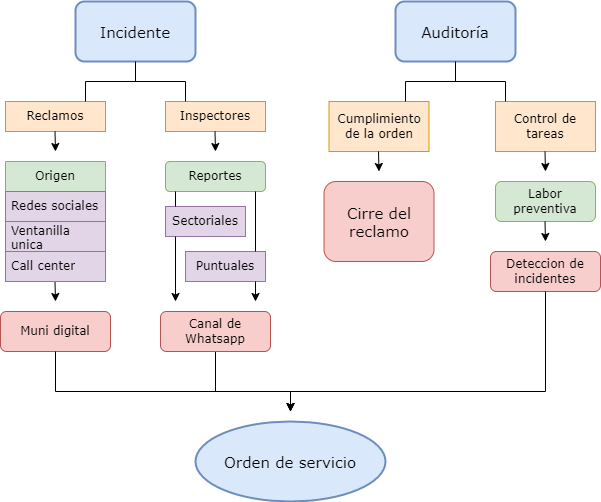
Before: imagenes/Diagrama sin título.drawio.png, a diagram exported from draw.io (vuojan/Web-para-municipio). Source tidied: cells renumbered, new cells last; positions are measured from the earlier drawing's top-left corner, leaving out a move shared by most shapes.
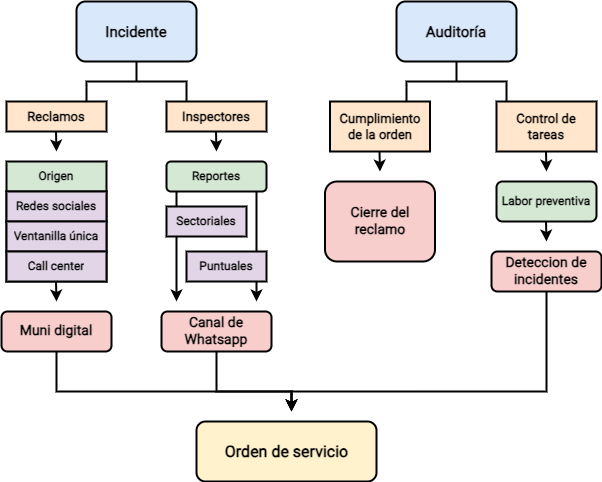
After the commit.

What changed in the source:
```diff
@@ -2,45 +2,45 @@
   <root>
     <mxCell id="0" />
     <mxCell id="1" parent="0" />
-    <mxCell id="2" value="Incidente" style="rounded=1;whiteSpace=wrap;html=1;fillColor=#dae8fc;strokeColor=#6c8ebf;strokeWidth=2;gradientColor=none;perimeterSpacing=0;glass=0;fontStyle=0;fontFamily=Verdana;fontSize=15;align=center;" parent="1" vertex="1">
+    <mxCell id="2" value="Incidente" style="rounded=1;html=1;fillColor=#dae8fc;strokeColor=#000000;strokeWidth=2;gradientColor=none;perimeterSpacing=0;glass=0;fontStyle=1;fontFamily=Roboto;fontSize=15;align=center;shadow=0;fontColor=default;labelBackgroundColor=none;labelBorderColor=none;textShadow=0;whiteSpace=wrap;fontSource=https%3A%2F%2Ffonts.googleapis.com%2Fcss2%3Ffamily%3DRoboto%3Awght%40400;swimlaneLine=1;" parent="1" vertex="1">
       <mxGeometry x="75" width="120" height="60" as="geometry" />
     </mxCell>
-    <mxCell id="3" value="&lt;font style=&quot;font-size: 15px;&quot;&gt;Auditoría&lt;/font&gt;" style="rounded=1;whiteSpace=wrap;html=1;fillColor=#dae8fc;strokeColor=#6c8ebf;strokeWidth=2;shadow=0;fontStyle=0;fontFamily=Verdana;fontSize=15;align=center;" parent="1" vertex="1">
+    <mxCell id="3" value="&lt;font style=&quot;font-size: 15px;&quot;&gt;Auditoría&lt;/font&gt;" style="rounded=1;html=1;fillColor=#dae8fc;strokeColor=#000000;strokeWidth=2;shadow=0;fontStyle=1;fontFamily=Roboto;700&amp;display=swap;fontSize=15;align=center;fontColor=default;labelBackgroundColor=none;labelBorderColor=none;textShadow=0;whiteSpace=wrap;fontSource=https%3A%2F%2Ffonts.googleapis.com%2Fcss2%3Ffamily%3DRoboto%3Awght%40400;swimlaneLine=1;" parent="1" vertex="1">
       <mxGeometry x="395" width="120" height="60" as="geometry" />
     </mxCell>
-    <mxCell id="4" value="Reclamos" style="rounded=0;whiteSpace=wrap;html=1;fillColor=#ffe6cc;strokeColor=#d79b00;fontStyle=0;fontFamily=Verdana;" parent="1" vertex="1">
+    <mxCell id="4" value="Reclamos" style="rounded=0;html=1;fillColor=#ffe6cc;strokeColor=#000000;fontStyle=1;fontFamily=Roboto;strokeWidth=2;shadow=0;fontColor=default;fontSize=13;align=center;labelBackgroundColor=none;labelBorderColor=none;textShadow=0;whiteSpace=wrap;fontSource=https%3A%2F%2Ffonts.googleapis.com%2Fcss2%3Ffamily%3DRoboto%3Awght%40400;swimlaneLine=1;" parent="1" vertex="1">
       <mxGeometry x="5" y="100" width="100" height="30" as="geometry" />
     </mxCell>
-    <mxCell id="5" value="Inspectores" style="rounded=0;whiteSpace=wrap;html=1;fillColor=#ffe6cc;strokeColor=#d79b00;fontStyle=0;fontFamily=Verdana;" parent="1" vertex="1">
+    <mxCell id="5" value="Inspectores" style="rounded=0;html=1;fillColor=#ffe6cc;strokeColor=#000000;fontStyle=1;fontFamily=Roboto;strokeWidth=2;shadow=0;fontColor=default;fontSize=13;align=center;labelBackgroundColor=none;labelBorderColor=none;textShadow=0;whiteSpace=wrap;fontSource=https%3A%2F%2Ffonts.googleapis.com%2Fcss2%3Ffamily%3DRoboto%3Awght%40400;swimlaneLine=1;" parent="1" vertex="1">
       <mxGeometry x="165" y="100" width="100" height="30" as="geometry" />
     </mxCell>
-    <mxCell id="6" value="Reportes" style="rounded=1;whiteSpace=wrap;html=1;fillColor=#d5e8d4;strokeColor=#82b366;fontStyle=0;fontFamily=Verdana;" parent="1" vertex="1">
+    <mxCell id="6" value="Reportes" style="rounded=1;html=1;fillColor=#d5e8d4;strokeColor=#000000;fontStyle=1;fontFamily=Roboto;strokeWidth=2;shadow=0;fontColor=default;fontSize=12;align=center;labelBackgroundColor=none;labelBorderColor=none;textShadow=0;whiteSpace=wrap;fontSource=https%3A%2F%2Ffonts.googleapis.com%2Fcss2%3Ffamily%3DRoboto%3Awght%40400;swimlaneLine=1;" parent="1" vertex="1">
       <mxGeometry x="165" y="160" width="100" height="30" as="geometry" />
     </mxCell>
-    <mxCell id="7" style="strokeWidth=1;html=1;shape=mxgraph.flowchart.annotation_2;align=left;labelPosition=right;direction=south;fontSize=12;labelBackgroundColor=none;fontColor=default;fontFamily=Verdana;" parent="1" vertex="1">
+    <mxCell id="7" style="strokeWidth=2;html=1;shape=mxgraph.flowchart.annotation_2;align=center;labelPosition=right;direction=south;fontSize=13;labelBackgroundColor=none;fontColor=default;fontFamily=Roboto;strokeColor=#000000;shadow=0;fontStyle=1;labelBorderColor=none;textShadow=0;whiteSpace=wrap;fontSource=https%3A%2F%2Ffonts.googleapis.com%2Fcss2%3Ffamily%3DRoboto%3Awght%40400;swimlaneLine=1;" parent="1" vertex="1">
       <mxGeometry x="85" y="60" width="100" height="40" as="geometry" />
     </mxCell>
-    <mxCell id="8" value="Sectoriales" style="rounded=0;whiteSpace=wrap;html=1;fillColor=#e1d5e7;strokeColor=#9673a6;fontFamily=Verdana;" parent="1" vertex="1">
+    <mxCell id="8" value="Sectoriales" style="rounded=0;html=1;fillColor=#e1d5e7;strokeColor=#000000;fontFamily=Roboto;strokeWidth=2;shadow=0;fontColor=default;fontStyle=1;fontSize=12;align=center;labelBackgroundColor=none;labelBorderColor=none;textShadow=0;whiteSpace=wrap;fontSource=https%3A%2F%2Ffonts.googleapis.com%2Fcss2%3Ffamily%3DRoboto%3Awght%40400;swimlaneLine=1;" parent="1" vertex="1">
       <mxGeometry x="165" y="205" width="80" height="30" as="geometry" />
     </mxCell>
-    <mxCell id="9" value="Puntuales" style="rounded=0;whiteSpace=wrap;html=1;fillColor=#e1d5e7;strokeColor=#9673a6;fontFamily=Verdana;" parent="1" vertex="1">
+    <mxCell id="9" value="Puntuales" style="rounded=0;html=1;fillColor=#e1d5e7;strokeColor=#000000;fontFamily=Roboto;strokeWidth=2;shadow=0;fontColor=default;fontStyle=1;fontSize=12;align=center;labelBackgroundColor=none;labelBorderColor=none;textShadow=0;whiteSpace=wrap;fontSource=https%3A%2F%2Ffonts.googleapis.com%2Fcss2%3Ffamily%3DRoboto%3Awght%40400;swimlaneLine=1;" parent="1" vertex="1">
       <mxGeometry x="185" y="250" width="80" height="30" as="geometry" />
     </mxCell>
-    <mxCell id="10" style="endArrow=none;html=1;rounded=0;exitX=0.875;exitY=0;exitDx=0;exitDy=0;exitPerimeter=0;fontFamily=Verdana;" parent="1" edge="1" source="9">
+    <mxCell id="10" style="endArrow=none;html=1;rounded=0;exitX=0.875;exitY=0;exitDx=0;exitDy=0;exitPerimeter=0;fontFamily=Roboto;strokeColor=#000000;strokeWidth=2;shadow=0;fontColor=default;fontStyle=1;fontSize=11;align=center;labelBackgroundColor=none;labelBorderColor=none;textShadow=0;fontSource=https%3A%2F%2Ffonts.googleapis.com%2Fcss2%3Ffamily%3DRoboto%3Awght%40400;swimlaneLine=1;" parent="1" edge="1" source="9">
       <mxGeometry relative="1" as="geometry">
         <mxPoint x="255" y="190" as="targetPoint" />
       </mxGeometry>
     </mxCell>
-    <mxCell id="11" style="endArrow=none;html=1;rounded=0;fontFamily=Verdana;" parent="1" edge="1">
+    <mxCell id="11" style="endArrow=none;html=1;rounded=0;fontFamily=Roboto;strokeColor=#000000;strokeWidth=2;shadow=0;fontColor=default;fontStyle=1;fontSize=11;align=center;labelBackgroundColor=none;labelBorderColor=none;textShadow=0;fontSource=https%3A%2F%2Ffonts.googleapis.com%2Fcss2%3Ffamily%3DRoboto%3Awght%40400;swimlaneLine=1;" parent="1" edge="1">
       <mxGeometry relative="1" as="geometry">
         <mxPoint x="175" y="205" as="sourcePoint" />
         <mxPoint x="175" y="190" as="targetPoint" />
       </mxGeometry>
     </mxCell>
-    <mxCell id="12" value="Muni digital" style="rounded=1;whiteSpace=wrap;html=1;fillColor=#f8cecc;strokeColor=#b85450;fontFamily=Verdana;" parent="1" vertex="1">
+    <mxCell id="12" value="Muni digital" style="rounded=1;html=1;fillColor=#f8cecc;strokeColor=#000000;fontFamily=Roboto;strokeWidth=2;shadow=0;fontColor=default;fontStyle=1;fontSize=14;align=center;labelBackgroundColor=none;labelBorderColor=none;textShadow=0;whiteSpace=wrap;fontSource=https%3A%2F%2Ffonts.googleapis.com%2Fcss2%3Ffamily%3DRoboto%3Awght%40400;swimlaneLine=1;" parent="1" vertex="1">
       <mxGeometry y="310" width="110" height="40" as="geometry" />
     </mxCell>
-    <mxCell id="13" style="edgeStyle=orthogonalEdgeStyle;rounded=0;jettySize=auto;html=1;fontFamily=Verdana;" parent="1" edge="1" source="14">
+    <mxCell id="13" style="edgeStyle=orthogonalEdgeStyle;rounded=0;jettySize=auto;html=1;fontFamily=Roboto;strokeColor=#000000;strokeWidth=2;shadow=0;fontColor=default;fontStyle=1;fontSize=13;align=center;labelBackgroundColor=none;labelBorderColor=none;textShadow=0;fontSource=https%3A%2F%2Ffonts.googleapis.com%2Fcss2%3Ffamily%3DRoboto%3Awght%40400;swimlaneLine=1;" parent="1" edge="1" source="14">
       <mxGeometry relative="1" as="geometry">
         <mxPoint x="290" y="410" as="targetPoint" />
         <Array as="points">
@@ -49,34 +49,34 @@
         </Array>
       </mxGeometry>
     </mxCell>
-    <mxCell id="14" value="Canal de Whatsapp" style="rounded=1;whiteSpace=wrap;html=1;fillColor=#f8cecc;strokeColor=#b85450;fontFamily=Verdana;" parent="1" vertex="1">
+    <mxCell id="14" value="Canal de Whatsapp" style="rounded=1;html=1;fillColor=#f8cecc;strokeColor=#000000;fontFamily=Roboto;strokeWidth=2;shadow=0;fontColor=default;fontStyle=1;fontSize=14;align=center;labelBackgroundColor=none;labelBorderColor=none;textShadow=0;whiteSpace=wrap;fontSource=https%3A%2F%2Ffonts.googleapis.com%2Fcss2%3Ffamily%3DRoboto%3Awght%40400;swimlaneLine=1;" parent="1" vertex="1">
       <mxGeometry x="160" y="310" width="110" height="40" as="geometry" />
     </mxCell>
-    <mxCell id="15" style="endArrow=classic;html=1;rounded=0;fontFamily=Verdana;" parent="1" edge="1">
+    <mxCell id="15" style="endArrow=classic;html=1;rounded=0;fontFamily=Roboto;strokeColor=#000000;strokeWidth=2;shadow=0;fontColor=default;fontStyle=1;fontSize=11;align=center;labelBackgroundColor=none;labelBorderColor=none;textShadow=0;fontSource=https%3A%2F%2Ffonts.googleapis.com%2Fcss2%3Ffamily%3DRoboto%3Awght%40400;swimlaneLine=1;" parent="1" edge="1">
       <mxGeometry relative="1" as="geometry">
         <mxPoint x="175" y="235" as="sourcePoint" />
         <mxPoint x="175" y="300" as="targetPoint" />
       </mxGeometry>
     </mxCell>
-    <mxCell id="16" style="endArrow=classic;html=1;rounded=0;fontFamily=Verdana;" parent="1" edge="1">
+    <mxCell id="16" style="endArrow=classic;html=1;rounded=0;fontFamily=Roboto;strokeColor=#000000;strokeWidth=2;shadow=0;fontColor=default;fontStyle=1;fontSize=11;align=center;labelBackgroundColor=none;labelBorderColor=none;textShadow=0;fontSource=https%3A%2F%2Ffonts.googleapis.com%2Fcss2%3Ffamily%3DRoboto%3Awght%40400;swimlaneLine=1;" parent="1" edge="1">
       <mxGeometry relative="1" as="geometry">
         <mxPoint x="255" y="280" as="sourcePoint" />
         <mxPoint x="255" y="300" as="targetPoint" />
       </mxGeometry>
     </mxCell>
-    <mxCell id="17" style="endArrow=classic;html=1;rounded=0;fontFamily=Verdana;" parent="1" edge="1">
+    <mxCell id="17" style="endArrow=classic;html=1;rounded=0;fontFamily=Roboto;strokeColor=#000000;strokeWidth=2;shadow=0;fontColor=default;fontStyle=1;fontSize=11;align=center;labelBackgroundColor=none;labelBorderColor=none;textShadow=0;fontSource=https%3A%2F%2Ffonts.googleapis.com%2Fcss2%3Ffamily%3DRoboto%3Awght%40400;swimlaneLine=1;" parent="1" edge="1">
       <mxGeometry relative="1" as="geometry">
         <mxPoint x="54.5" y="280" as="sourcePoint" />
         <mxPoint x="55" y="300" as="targetPoint" />
       </mxGeometry>
     </mxCell>
-    <mxCell id="18" style="endArrow=classic;html=1;rounded=0;fontFamily=Verdana;" parent="1" edge="1">
+    <mxCell id="18" style="endArrow=classic;html=1;rounded=0;fontFamily=Roboto;strokeColor=#000000;strokeWidth=2;shadow=0;fontColor=default;fontStyle=1;fontSize=13;align=center;labelBackgroundColor=none;labelBorderColor=none;textShadow=0;fontSource=https%3A%2F%2Ffonts.googleapis.com%2Fcss2%3Ffamily%3DRoboto%3Awght%40400;swimlaneLine=1;" parent="1" edge="1">
       <mxGeometry relative="1" as="geometry">
         <mxPoint x="54.5" y="130" as="sourcePoint" />
         <mxPoint x="55" y="150" as="targetPoint" />
       </mxGeometry>
     </mxCell>
-    <mxCell id="19" style="endArrow=classic;html=1;rounded=0;fontFamily=Verdana;" parent="1" edge="1">
+    <mxCell id="19" style="endArrow=classic;html=1;rounded=0;fontFamily=Roboto;strokeColor=#000000;strokeWidth=2;shadow=0;fontColor=default;fontStyle=1;fontSize=13;align=center;labelBackgroundColor=none;labelBorderColor=none;textShadow=0;fontSource=https%3A%2F%2Ffonts.googleapis.com%2Fcss2%3Ffamily%3DRoboto%3Awght%40400;swimlaneLine=1;" parent="1" edge="1">
       <mxGeometry relative="1" as="geometry">
         <mxPoint x="214.5" y="130" as="sourcePoint" />
         <mxPoint x="215" y="150" as="targetPoint" />
@@ -85,31 +85,31 @@
         </Array>
       </mxGeometry>
     </mxCell>
-    <mxCell id="20" value="Cumplimiento de la orden" style="rounded=0;whiteSpace=wrap;html=1;fillColor=#ffe6cc;strokeColor=#d79b00;fontStyle=0;fontFamily=Verdana;" parent="1" vertex="1">
+    <mxCell id="20" value="Cumplimiento de la orden" style="rounded=0;html=1;fillColor=#ffe6cc;strokeColor=#000000;fontStyle=1;fontFamily=Roboto;strokeWidth=2;shadow=0;fontColor=default;fontSize=13;align=center;labelBackgroundColor=none;labelBorderColor=none;textShadow=0;whiteSpace=wrap;fontSource=https%3A%2F%2Ffonts.googleapis.com%2Fcss2%3Ffamily%3DRoboto%3Awght%40400;swimlaneLine=1;" parent="1" vertex="1">
       <mxGeometry x="328.5" y="100" width="100" height="50" as="geometry" />
     </mxCell>
-    <mxCell id="21" value="Control de tareas" style="rounded=0;whiteSpace=wrap;html=1;fillColor=#ffe6cc;strokeColor=#d79b00;fontStyle=0;fontFamily=Verdana;" parent="1" vertex="1">
+    <mxCell id="21" value="Control de tareas" style="rounded=0;html=1;fillColor=#ffe6cc;strokeColor=#000000;fontStyle=1;fontFamily=Roboto;strokeWidth=2;shadow=0;fontColor=default;fontSize=13;align=center;labelBackgroundColor=none;labelBorderColor=none;textShadow=0;whiteSpace=wrap;fontSource=https%3A%2F%2Ffonts.googleapis.com%2Fcss2%3Ffamily%3DRoboto%3Awght%40400;swimlaneLine=1;" parent="1" vertex="1">
       <mxGeometry x="495" y="100" width="100" height="50" as="geometry" />
     </mxCell>
-    <mxCell id="22" style="strokeWidth=1;html=1;shape=mxgraph.flowchart.annotation_2;align=left;labelPosition=right;direction=south;fontSize=12;labelBackgroundColor=none;fontColor=default;fontFamily=Verdana;" parent="1" vertex="1">
+    <mxCell id="22" style="strokeWidth=2;html=1;shape=mxgraph.flowchart.annotation_2;align=center;labelPosition=right;direction=south;fontSize=13;labelBackgroundColor=none;fontColor=default;fontFamily=Roboto;700&amp;display=swap;strokeColor=#000000;shadow=0;fontStyle=1;labelBorderColor=none;textShadow=0;whiteSpace=wrap;fontSource=https%3A%2F%2Ffonts.googleapis.com%2Fcss2%3Ffamily%3DRoboto%3Awght%40400;swimlaneLine=1;" parent="1" vertex="1">
       <mxGeometry x="405" y="60" width="100" height="40" as="geometry" />
     </mxCell>
-    <mxCell id="23" value="Origen" style="swimlane;fontStyle=0;horizontal=1;startSize=30;whiteSpace=wrap;html=1;fillColor=#d5e8d4;strokeColor=#82b366;fontFamily=Verdana;direction=east;swimlaneHead=1;swimlaneBody=1;noLabel=0;fixDash=0;" parent="1" vertex="1">
+    <mxCell id="23" value="Origen" style="swimlane;fontStyle=1;horizontal=1;startSize=30;html=1;fillColor=#d5e8d4;strokeColor=#000000;fontFamily=Roboto;direction=east;swimlaneHead=1;swimlaneBody=1;fixDash=0;strokeWidth=2;shadow=0;fontColor=default;fontSize=12;align=center;labelBackgroundColor=none;labelBorderColor=none;textShadow=0;whiteSpace=wrap;fontSource=https%3A%2F%2Ffonts.googleapis.com%2Fcss2%3Ffamily%3DRoboto%3Awght%40400;swimlaneLine=1;" parent="1" vertex="1">
       <mxGeometry x="5" y="160" width="100" height="120" as="geometry" />
     </mxCell>
-    <mxCell id="24" value="Redes sociales" style="text;strokeColor=#9673a6;fillColor=#e1d5e7;align=left;verticalAlign=middle;spacingLeft=4;spacingRight=4;overflow=hidden;whiteSpace=wrap;html=1;fontStyle=0;fontFamily=Verdana;" parent="23" vertex="1">
+    <mxCell id="24" value="Redes sociales" style="text;strokeColor=#000000;fillColor=#e1d5e7;align=center;verticalAlign=middle;spacingLeft=4;spacingRight=4;overflow=hidden;html=1;fontStyle=1;fontFamily=Roboto;strokeWidth=2;shadow=0;fontColor=default;fontSize=12;labelBackgroundColor=none;labelBorderColor=none;textShadow=0;whiteSpace=wrap;fontSource=https%3A%2F%2Ffonts.googleapis.com%2Fcss2%3Ffamily%3DRoboto%3Awght%40400;swimlaneLine=1;" parent="23" vertex="1">
       <mxGeometry y="30" width="100" height="30" as="geometry" />
     </mxCell>
-    <mxCell id="25" value="Ventanilla unica" style="text;strokeColor=#9673a6;fillColor=#e1d5e7;align=left;verticalAlign=middle;spacingLeft=4;spacingRight=4;overflow=hidden;whiteSpace=wrap;html=1;fontStyle=0;fontFamily=Verdana;" parent="23" vertex="1">
+    <mxCell id="25" value="&lt;span&gt;Ventanilla única&lt;/span&gt;" style="text;strokeColor=#000000;fillColor=#e1d5e7;align=center;verticalAlign=middle;spacingLeft=4;spacingRight=4;overflow=hidden;html=1;fontStyle=1;fontFamily=Roboto;strokeWidth=2;shadow=0;fontColor=default;fontSize=12;labelBackgroundColor=none;labelBorderColor=none;textShadow=0;whiteSpace=wrap;fontSource=https%3A%2F%2Ffonts.googleapis.com%2Fcss2%3Ffamily%3DRoboto%3Awght%40400;swimlaneLine=1;" parent="23" vertex="1">
       <mxGeometry y="60" width="100" height="30" as="geometry" />
     </mxCell>
-    <mxCell id="26" value="Call center" style="text;strokeColor=#9673a6;fillColor=#e1d5e7;align=left;verticalAlign=middle;spacingLeft=4;spacingRight=4;overflow=hidden;whiteSpace=wrap;html=1;fontStyle=0;fontFamily=Verdana;" parent="23" vertex="1">
+    <mxCell id="26" value="Call center" style="text;strokeColor=#000000;fillColor=#e1d5e7;align=center;verticalAlign=middle;spacingLeft=4;spacingRight=4;overflow=hidden;html=1;fontStyle=1;fontFamily=Roboto;strokeWidth=2;shadow=0;fontColor=default;fontSize=12;labelBackgroundColor=none;labelBorderColor=none;textShadow=0;whiteSpace=wrap;fontSource=https%3A%2F%2Ffonts.googleapis.com%2Fcss2%3Ffamily%3DRoboto%3Awght%40400;swimlaneLine=1;" parent="23" vertex="1">
       <mxGeometry y="90" width="100" height="30" as="geometry" />
     </mxCell>
-    <mxCell id="27" value="Cirre del reclamo" style="rounded=1;whiteSpace=wrap;html=1;fillColor=#f8cecc;strokeColor=#b85450;fontSize=15;fontFamily=Verdana;" parent="1" vertex="1">
+    <mxCell id="27" value="Cierre del reclamo" style="rounded=1;html=1;fillColor=#f8cecc;strokeColor=#000000;fontSize=14;fontFamily=Roboto;strokeWidth=2;shadow=0;fontColor=default;fontStyle=1;align=center;labelBackgroundColor=none;labelBorderColor=none;textShadow=0;fontSource=https%3A%2F%2Ffonts.googleapis.com%2Fcss2%3Ffamily%3DRoboto%3Awght%40400;whiteSpace=wrap;swimlaneLine=1;" parent="1" vertex="1">
       <mxGeometry x="323.5" y="180" width="110" height="80" as="geometry" />
     </mxCell>
-    <mxCell id="28" style="endArrow=classic;html=1;rounded=0;fontFamily=Verdana;" parent="1" edge="1">
+    <mxCell id="28" style="endArrow=classic;html=1;rounded=0;fontFamily=Roboto;strokeColor=#000000;strokeWidth=2;shadow=0;fontColor=default;fontStyle=1;fontSize=11;align=center;labelBackgroundColor=none;labelBorderColor=none;textShadow=0;fontSource=https%3A%2F%2Ffonts.googleapis.com%2Fcss2%3Ffamily%3DRoboto%3Awght%40400;swimlaneLine=1;" parent="1" edge="1">
       <mxGeometry relative="1" as="geometry">
         <mxPoint x="378" y="150" as="sourcePoint" />
         <mxPoint x="378.5" y="170" as="targetPoint" />
@@ -118,10 +118,10 @@
         </Array>
       </mxGeometry>
     </mxCell>
-    <mxCell id="29" value="Labor preventiva" style="rounded=1;whiteSpace=wrap;html=1;fillColor=#d5e8d4;strokeColor=#82b366;fontStyle=0;fontFamily=Verdana;" parent="1" vertex="1">
+    <mxCell id="29" value="Labor preventiva" style="rounded=1;html=1;fillColor=#d5e8d4;strokeColor=#000000;fontStyle=1;fontFamily=Roboto;strokeWidth=2;shadow=0;fontColor=default;fontSize=12;align=center;labelBackgroundColor=none;labelBorderColor=none;textShadow=0;whiteSpace=wrap;fontSource=https%3A%2F%2Ffonts.googleapis.com%2Fcss2%3Ffamily%3DRoboto%3Awght%40400;swimlaneLine=1;" parent="1" vertex="1">
       <mxGeometry x="495" y="180" width="100" height="40" as="geometry" />
     </mxCell>
-    <mxCell id="30" style="endArrow=classic;html=1;rounded=0;fontFamily=Verdana;" parent="1" edge="1">
+    <mxCell id="30" style="endArrow=classic;html=1;rounded=0;fontFamily=Roboto;strokeColor=#000000;strokeWidth=2;shadow=0;fontColor=default;fontStyle=1;fontSize=11;align=center;labelBackgroundColor=none;labelBorderColor=none;textShadow=0;fontSource=https%3A%2F%2Ffonts.googleapis.com%2Fcss2%3Ffamily%3DRoboto%3Awght%40400;swimlaneLine=1;" parent="1" edge="1">
       <mxGeometry relative="1" as="geometry">
         <mxPoint x="544.5" y="150" as="sourcePoint" />
         <mxPoint x="545" y="170" as="targetPoint" />
@@ -130,10 +130,10 @@
         </Array>
       </mxGeometry>
     </mxCell>
-    <mxCell id="31" value="Deteccion de incidentes" style="rounded=1;whiteSpace=wrap;html=1;fillColor=#f8cecc;strokeColor=#b85450;fontFamily=Verdana;" parent="1" vertex="1">
+    <mxCell id="31" value="Deteccion de incidentes" style="rounded=1;html=1;fillColor=#f8cecc;strokeColor=#000000;fontFamily=Roboto;strokeWidth=2;shadow=0;fontColor=default;fontStyle=1;fontSize=14;align=center;labelBackgroundColor=none;labelBorderColor=none;textShadow=0;whiteSpace=wrap;fontSource=https%3A%2F%2Ffonts.googleapis.com%2Fcss2%3Ffamily%3DRoboto%3Awght%40400;swimlaneLine=1;" parent="1" vertex="1">
       <mxGeometry x="490" y="250" width="110" height="40" as="geometry" />
     </mxCell>
-    <mxCell id="32" style="endArrow=classic;html=1;rounded=0;fontFamily=Verdana;" parent="1" edge="1">
+    <mxCell id="32" style="endArrow=classic;html=1;rounded=0;fontFamily=Roboto;strokeColor=#000000;strokeWidth=2;shadow=0;fontColor=default;fontStyle=1;fontSize=11;align=center;labelBackgroundColor=none;labelBorderColor=none;textShadow=0;fontSource=https%3A%2F%2Ffonts.googleapis.com%2Fcss2%3Ffamily%3DRoboto%3Awght%40400;swimlaneLine=1;" parent="1" edge="1">
       <mxGeometry relative="1" as="geometry">
         <mxPoint x="544.5" y="220" as="sourcePoint" />
         <mxPoint x="545" y="240" as="targetPoint" />
@@ -142,10 +142,7 @@
         </Array>
       </mxGeometry>
     </mxCell>
-    <mxCell id="33" value="&lt;span style=&quot;&quot;&gt;Orden de servicio&lt;/span&gt;" style="ellipse;whiteSpace=wrap;html=1;fontSize=15;fillColor=#dae8fc;strokeColor=#6c8ebf;fontStyle=0;spacing=2;strokeWidth=2;perimeterSpacing=0;fontFamily=Verdana;" parent="1" vertex="1">
-      <mxGeometry x="195" y="420" width="190" height="80" as="geometry" />
-    </mxCell>
-    <mxCell id="34" style="edgeStyle=orthogonalEdgeStyle;rounded=0;jettySize=auto;html=1;exitX=0.5;exitY=1;exitDx=0;exitDy=0;fontFamily=Verdana;" parent="1" edge="1" source="12">
+    <mxCell id="34" style="edgeStyle=orthogonalEdgeStyle;rounded=0;jettySize=auto;html=1;exitX=0.5;exitY=1;exitDx=0;exitDy=0;fontFamily=Roboto;strokeColor=#000000;strokeWidth=2;shadow=0;fontColor=default;fontStyle=1;fontSize=13;align=center;labelBackgroundColor=none;labelBorderColor=none;textShadow=0;fontSource=https%3A%2F%2Ffonts.googleapis.com%2Fcss2%3Ffamily%3DRoboto%3Awght%40400;swimlaneLine=1;" parent="1" edge="1" source="12">
       <mxGeometry relative="1" as="geometry">
         <mxPoint x="290" y="410" as="targetPoint" />
         <Array as="points">
@@ -154,7 +151,7 @@
         </Array>
       </mxGeometry>
     </mxCell>
-    <mxCell id="35" style="edgeStyle=orthogonalEdgeStyle;rounded=0;orthogonalLoop=1;jettySize=auto;html=1;fontFamily=Verdana;" parent="1" edge="1">
+    <mxCell id="35" style="edgeStyle=orthogonalEdgeStyle;rounded=0;orthogonalLoop=1;jettySize=auto;html=1;fontFamily=Roboto;strokeColor=#000000;strokeWidth=2;shadow=0;fontColor=default;fontStyle=1;fontSize=13;align=center;labelBackgroundColor=none;labelBorderColor=none;textShadow=0;fontSource=https%3A%2F%2Ffonts.googleapis.com%2Fcss2%3Ffamily%3DRoboto%3Awght%40400;swimlaneLine=1;" parent="1" edge="1">
       <mxGeometry relative="1" as="geometry">
         <mxPoint x="545" y="290" as="sourcePoint" />
         <mxPoint x="290" y="410" as="targetPoint" />
@@ -164,5 +161,8 @@
         </Array>
       </mxGeometry>
     </mxCell>
+    <mxCell id="33" value="&lt;span style=&quot;font-size: 16px;&quot;&gt;Orden de servicio&lt;/span&gt;" style="rounded=1;html=1;fontSize=16;fontStyle=1;fontFamily=Roboto;labelBackgroundColor=none;strokeColor=#000000;strokeWidth=2;shadow=0;fillColor=#fff2cc;glass=0;fillStyle=solid;textShadow=0;fontSource=https%3A%2F%2Ffonts.googleapis.com%2Fcss2%3Ffamily%3DRoboto%3Awght%40400;swimlaneLine=1;" parent="1" vertex="1">
+      <mxGeometry x="195" y="420" width="180" height="60" as="geometry" />
+    </mxCell>
   </root>
 </mxGraphModel>
```
